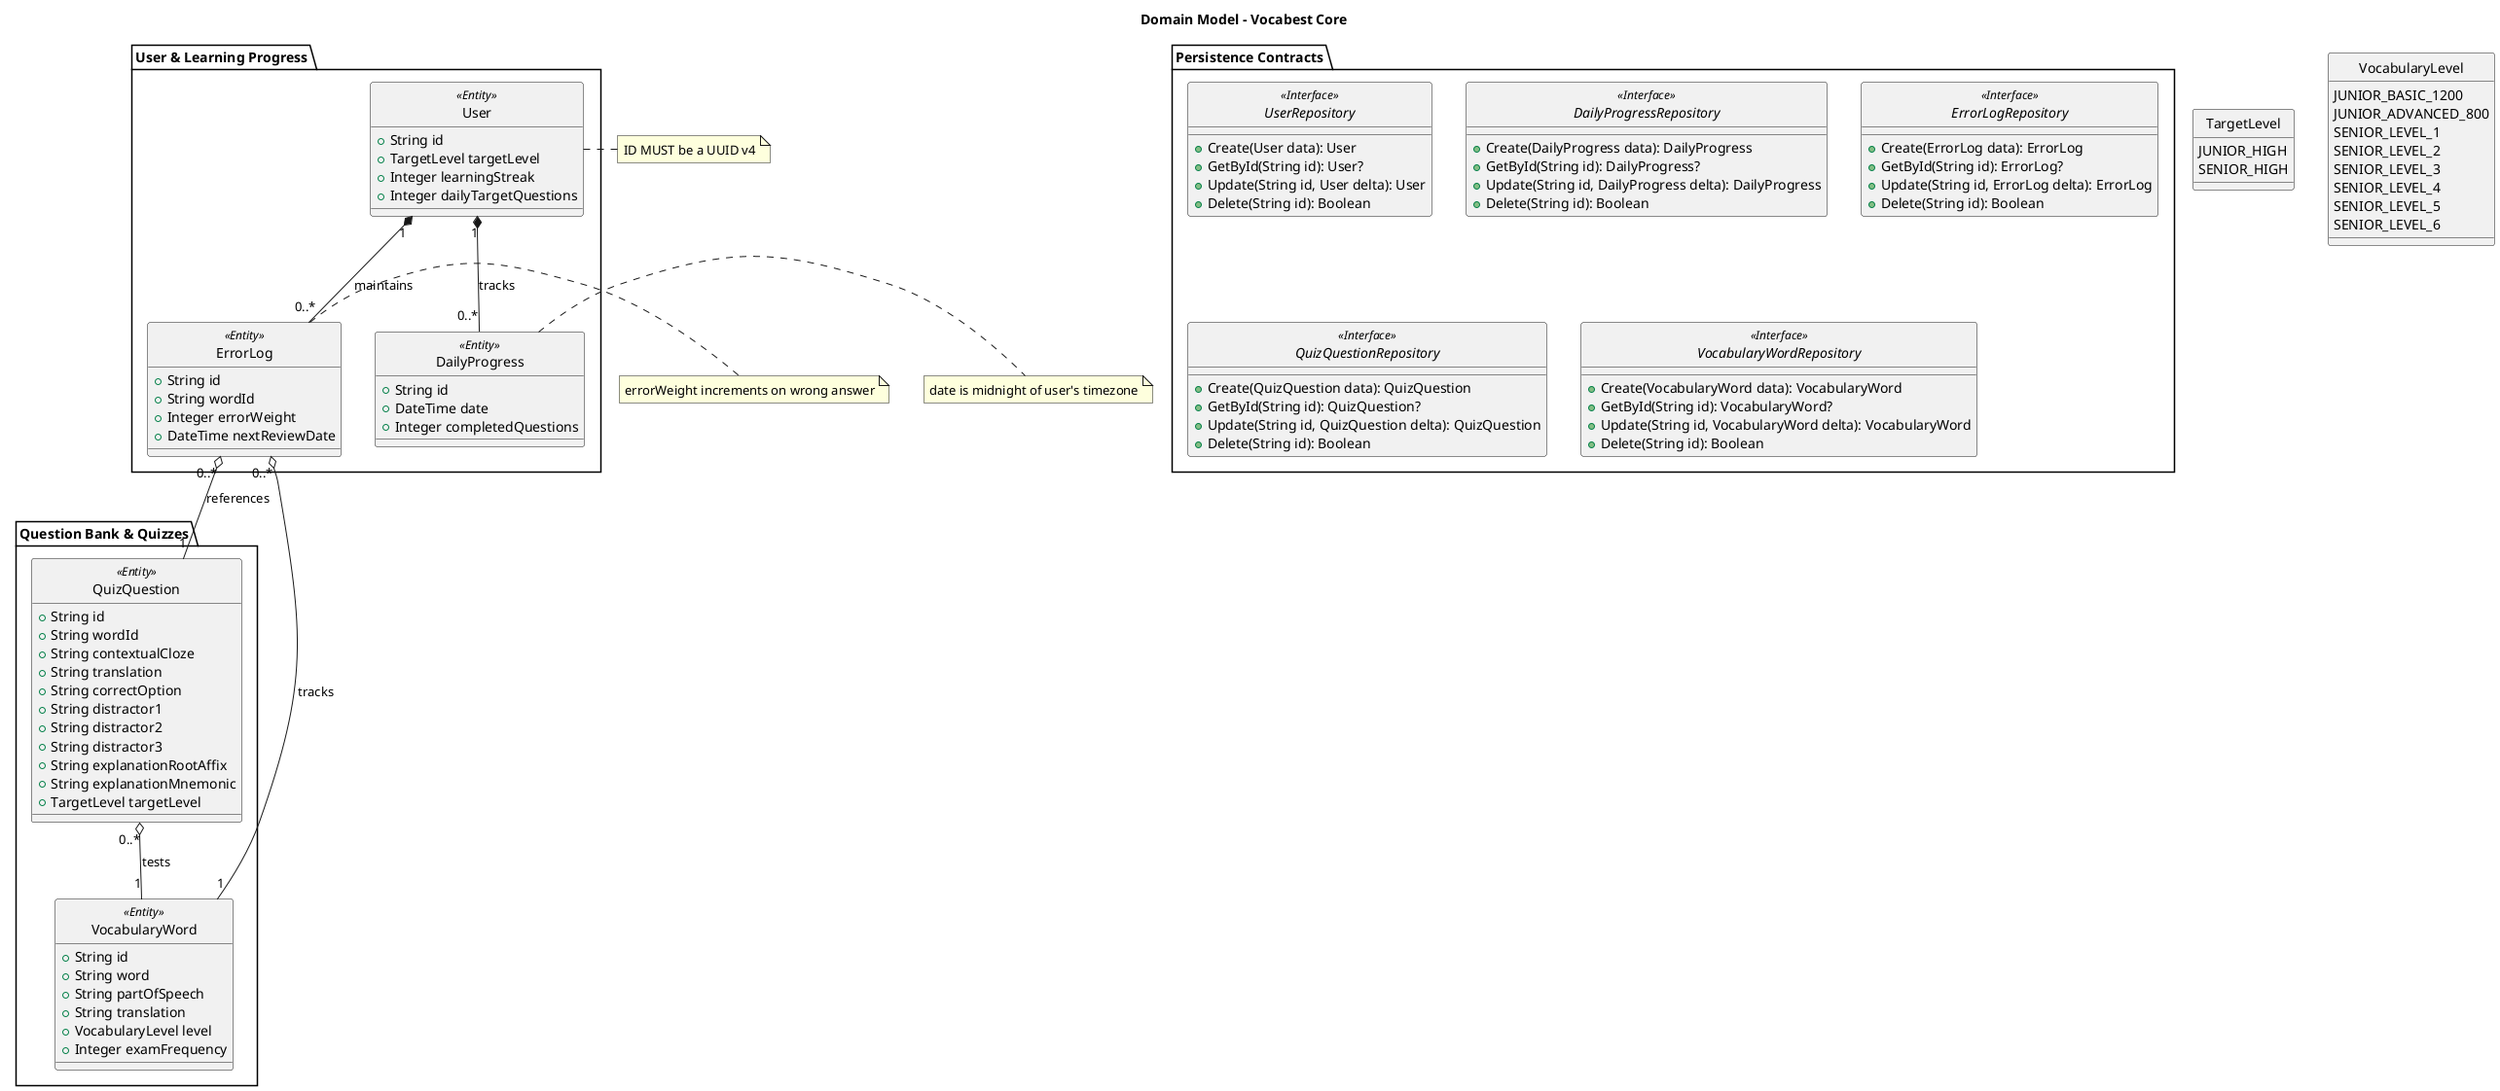
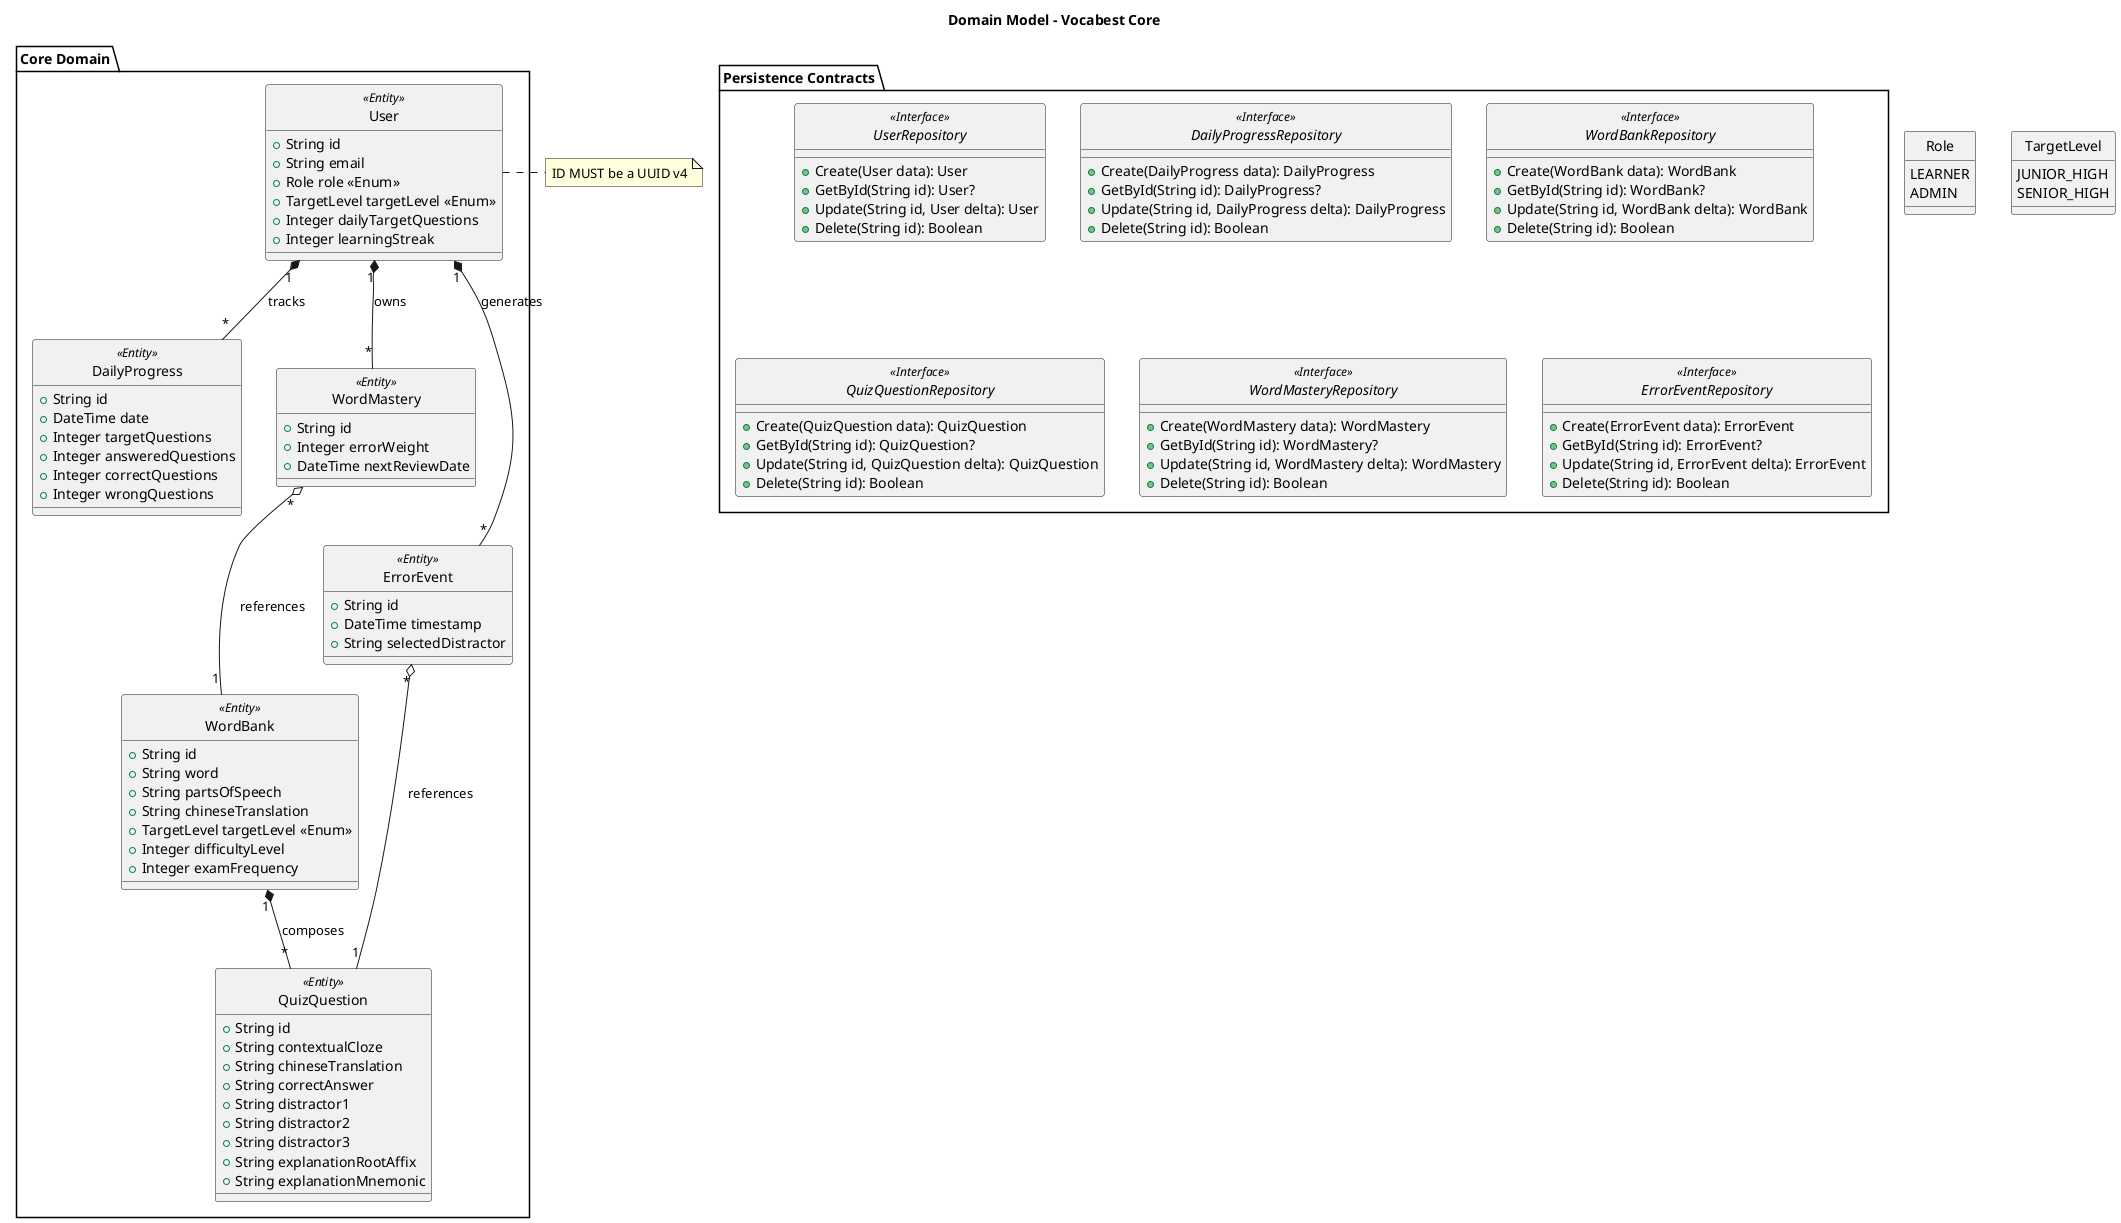
- @startuml VocabestCoreDomainModel
+ @startuml
skinparam style strictuml
title Domain Model - Vocabest Core

- package "User & Learning Progress" {
+ package "Core Domain" {
    class User <<Entity>> {
        +String id
-         +TargetLevel targetLevel
+         +String email
+         +Role role <<Enum>>
+         +TargetLevel targetLevel <<Enum>>
+         +Integer dailyTargetQuestions
        +Integer learningStreak
-         +Integer dailyTargetQuestions
    }

    class DailyProgress <<Entity>> {
        +String id
        +DateTime date
-         +Integer completedQuestions
+         +Integer targetQuestions
+         +Integer answeredQuestions
+         +Integer correctQuestions
+         +Integer wrongQuestions
    }

-     class ErrorLog <<Entity>> {
-         +String id
-         +String wordId
-         +Integer errorWeight
-         +DateTime nextReviewDate
-     }
- }
- 
- package "Question Bank & Quizzes" {
-     class VocabularyWord <<Entity>> {
+     class WordBank <<Entity>> {
        +String id
        +String word
-         +String partOfSpeech
-         +String translation
-         +VocabularyLevel level
+         +String partsOfSpeech
+         +String chineseTranslation
+         +TargetLevel targetLevel <<Enum>>
+         +Integer difficultyLevel
        +Integer examFrequency
    }

    class QuizQuestion <<Entity>> {
        +String id
-         +String wordId
        +String contextualCloze
-         +String translation
-         +String correctOption
+         +String chineseTranslation
+         +String correctAnswer
        +String distractor1
        +String distractor2
        +String distractor3
        +String explanationRootAffix
        +String explanationMnemonic
-         +TargetLevel targetLevel
+     }
+ 
+     class WordMastery <<Entity>> {
+         +String id
+         +Integer errorWeight
+         +DateTime nextReviewDate
+     }
+ 
+     class ErrorEvent <<Entity>> {
+         +String id
+         +DateTime timestamp
+         +String selectedDistractor
    }
}

package "Persistence Contracts" {
    interface UserRepository <<Interface>> {
        +Create(User data): User
        +GetById(String id): User?
        +Update(String id, User delta): User
        +Delete(String id): Boolean
    }

    interface DailyProgressRepository <<Interface>> {
        +Create(DailyProgress data): DailyProgress
        +GetById(String id): DailyProgress?
        +Update(String id, DailyProgress delta): DailyProgress
        +Delete(String id): Boolean
    }

-     interface ErrorLogRepository <<Interface>> {
-         +Create(ErrorLog data): ErrorLog
-         +GetById(String id): ErrorLog?
-         +Update(String id, ErrorLog delta): ErrorLog
+     interface WordBankRepository <<Interface>> {
+         +Create(WordBank data): WordBank
+         +GetById(String id): WordBank?
+         +Update(String id, WordBank delta): WordBank
        +Delete(String id): Boolean
    }

    interface QuizQuestionRepository <<Interface>> {
        +Create(QuizQuestion data): QuizQuestion
        +GetById(String id): QuizQuestion?
        +Update(String id, QuizQuestion delta): QuizQuestion
        +Delete(String id): Boolean
    }

-     interface VocabularyWordRepository <<Interface>> {
-         +Create(VocabularyWord data): VocabularyWord
-         +GetById(String id): VocabularyWord?
-         +Update(String id, VocabularyWord delta): VocabularyWord
+     interface WordMasteryRepository <<Interface>> {
+         +Create(WordMastery data): WordMastery
+         +GetById(String id): WordMastery?
+         +Update(String id, WordMastery delta): WordMastery
+         +Delete(String id): Boolean
+     }
+ 
+     interface ErrorEventRepository <<Interface>> {
+         +Create(ErrorEvent data): ErrorEvent
+         +GetById(String id): ErrorEvent?
+         +Update(String id, ErrorEvent delta): ErrorEvent
        +Delete(String id): Boolean
    }
}

' Relationships
- User "1" *-- "0..*" DailyProgress : "tracks"
- User "1" *-- "0..*" ErrorLog : "maintains"
- ErrorLog "0..*" o-- "1" QuizQuestion : "references"
- QuizQuestion "0..*" o-- "1" VocabularyWord : "tests"
- ErrorLog "0..*" o-- "1" VocabularyWord : "tracks"
+ User "1" *-- "*" DailyProgress : "tracks"
+ User "1" *-- "*" WordMastery : "owns"
+ User "1" *-- "*" ErrorEvent : "generates"
+ WordBank "1" *-- "*" QuizQuestion : "composes"
+ WordMastery "*" o-- "1" WordBank : "references"
+ ErrorEvent "*" o-- "1" QuizQuestion : "references"
+ 
+ enum Role {
+     LEARNER
+     ADMIN
+ }

enum TargetLevel {
    JUNIOR_HIGH
    SENIOR_HIGH
}

- enum VocabularyLevel {
-     JUNIOR_BASIC_1200
-     JUNIOR_ADVANCED_800
-     SENIOR_LEVEL_1
-     SENIOR_LEVEL_2
-     SENIOR_LEVEL_3
-     SENIOR_LEVEL_4
-     SENIOR_LEVEL_5
-     SENIOR_LEVEL_6
- }
- 
note right of User : ID MUST be a UUID v4
- note right of ErrorLog : errorWeight increments on wrong answer
- note right of DailyProgress : date is midnight of user's timezone
@enduml
